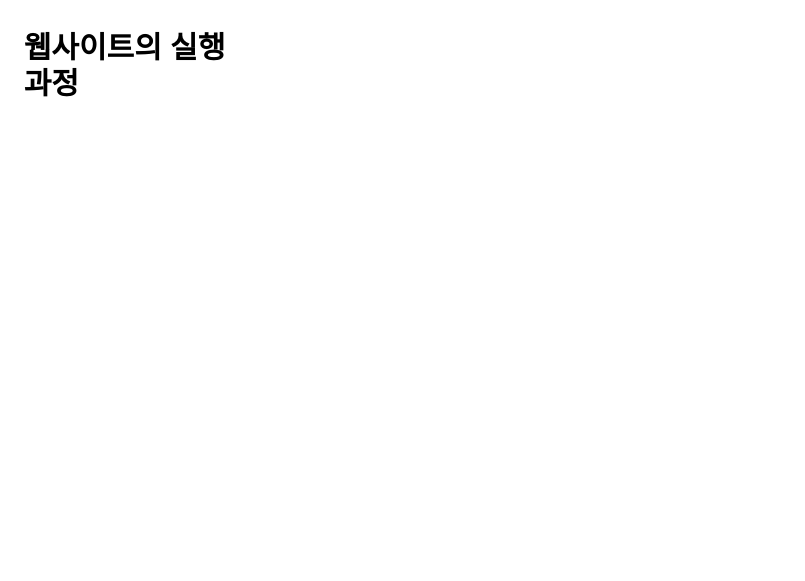
This is 오라클수업/제목 없는 다이어그램.drawio from KYEek/study-repositories, a draw.io file, before an edit. Source tidied: cells renumbered, new cells numbered last; positions are measured from the earlier drawing's top-left corner, leaving out a move shared by most shapes. Both pictures are drawn from the tidied source at 125%, with x=0, y=0 at pixel (21, 21).
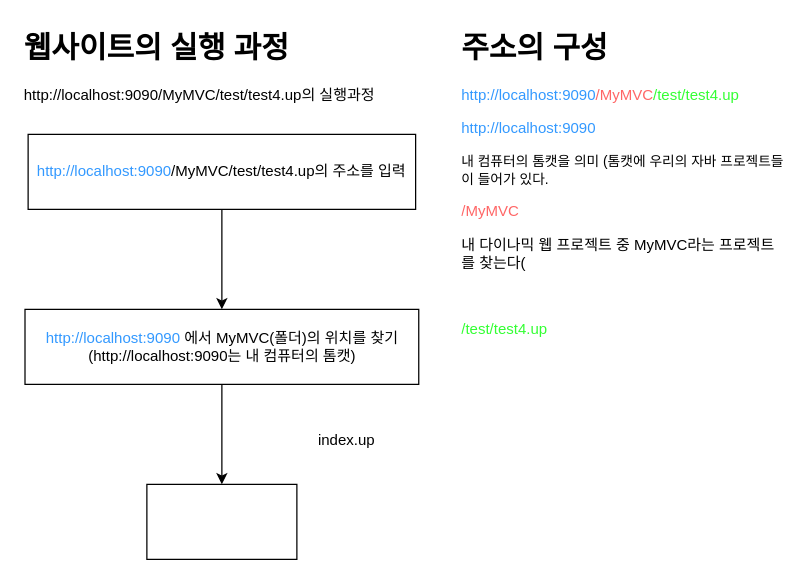
Above is the later version.

Commit message:
제목 없는 다이어그램.drawio 업데이트

Change to the diagram source:
```diff
@@
 <mxGraphModel>
   <root>
     <mxCell id="0" />
     <mxCell id="1" parent="0" />
-    <mxCell id="2" value="&lt;h1 style=&quot;margin-top: 0px;&quot;&gt;웹사이트의 실행 과정&lt;/h1&gt;&lt;p&gt;&lt;br&gt;&lt;/p&gt;" style="text;html=1;whiteSpace=wrap;overflow=hidden;rounded=0;" parent="1" vertex="1">
-      <mxGeometry width="180" height="120" as="geometry" />
+    <mxCell id="2" value="&lt;h1 style=&quot;margin-top: 0px;&quot;&gt;웹사이트의 실행 과정&lt;/h1&gt;&lt;div&gt;http://localhost:9090/MyMVC/test/test4.up의 실행과정&lt;/div&gt;&lt;p&gt;&lt;br&gt;&lt;/p&gt;" style="text;html=1;whiteSpace=wrap;overflow=hidden;rounded=0;" parent="1" vertex="1">
+      <mxGeometry width="420" height="90" as="geometry" />
     </mxCell>
+    <mxCell id="3" style="edgeStyle=orthogonalEdgeStyle;rounded=0;jettySize=auto;html=1;" parent="1" edge="1" source="4" target="6">
+      <mxGeometry relative="1" as="geometry" />
+    </mxCell>
+    <mxCell id="4" value="&lt;span style=&quot;text-align: left;&quot;&gt;&lt;font color=&quot;#3399ff&quot;&gt;http://localhost:9090&lt;/font&gt;/MyMVC&lt;/span&gt;&lt;span style=&quot;text-align: left;&quot;&gt;/test/test4.up&lt;/span&gt;&lt;span style=&quot;text-align: left;&quot;&gt;의 주소를 입력&lt;/span&gt;" style="rounded=0;whiteSpace=wrap;html=1;" parent="1" vertex="1">
+      <mxGeometry x="5" y="90" width="310" height="60" as="geometry" />
+    </mxCell>
+    <mxCell id="5" style="edgeStyle=orthogonalEdgeStyle;rounded=0;jettySize=auto;html=1;" parent="1" edge="1" source="6" target="7">
+      <mxGeometry relative="1" as="geometry" />
+    </mxCell>
+    <mxCell id="6" value="&lt;span style=&quot;text-align: left;&quot;&gt;&lt;font color=&quot;#3399ff&quot;&gt;http://localhost:9090&lt;/font&gt; 에서 MyMVC(폴더)의 위치를 찾기&lt;/span&gt;&lt;div&gt;&lt;span style=&quot;text-align: left;&quot;&gt;(&lt;/span&gt;&lt;span style=&quot;text-align: left; background-color: initial;&quot;&gt;http://localhost:9090는 내 컴퓨터의 톰캣)&lt;/span&gt;&lt;/div&gt;" style="whiteSpace=wrap;html=1;rounded=0;" parent="1" vertex="1">
+      <mxGeometry x="2.5" y="230" width="315" height="60" as="geometry" />
+    </mxCell>
+    <mxCell id="7" style="whiteSpace=wrap;html=1;rounded=0;" parent="1" vertex="1">
+      <mxGeometry x="100" y="370" width="120" height="60" as="geometry" />
+    </mxCell>
+    <mxCell id="8" value="&lt;span style=&quot;text-align: left;&quot;&gt;index.up&lt;/span&gt;" style="text;html=1;align=center;verticalAlign=middle;whiteSpace=wrap;rounded=0;" parent="1" vertex="1">
+      <mxGeometry x="230" y="320" width="60" height="30" as="geometry" />
+    </mxCell>
+    <mxCell id="9" value="&lt;h1 style=&quot;margin-top: 0px;&quot;&gt;주소의 구성&lt;/h1&gt;&lt;p&gt;&lt;font color=&quot;#3399ff&quot;&gt;http://localhost:9090&lt;/font&gt;&lt;font color=&quot;#ff6666&quot;&gt;/MyMVC&lt;/font&gt;&lt;font color=&quot;#33ff33&quot;&gt;/test/test4.up&lt;/font&gt;&lt;/p&gt;&lt;p&gt;&lt;span style=&quot;color: rgb(51, 153, 255);&quot;&gt;http://localhost:9090&lt;/span&gt;&lt;font color=&quot;#33ff33&quot;&gt;&lt;/font&gt;&lt;/p&gt;&lt;p&gt;&lt;font style=&quot;font-size: 11px;&quot;&gt;내 컴퓨터의 톰캣을 의미 (톰캣에 우리의 자바 프로젝트들이 들어가 있다.&lt;/font&gt;&lt;/p&gt;&lt;p&gt;&lt;span style=&quot;color: rgb(255, 102, 102);&quot;&gt;/MyMVC&lt;/span&gt;&lt;span style=&quot;color: rgb(51, 153, 255);&quot;&gt;&lt;/span&gt;&lt;/p&gt;&lt;p&gt;내 다이나믹 웹 프로젝트 중 MyMVC라는 프로젝트를 찾는다(&lt;/p&gt;&lt;p&gt;&lt;span style=&quot;color: rgb(255, 102, 102);&quot;&gt;&lt;br&gt;&lt;/span&gt;&lt;/p&gt;&lt;p&gt;&lt;span style=&quot;color: rgb(51, 255, 51);&quot;&gt;/test/test4.up&lt;/span&gt;&lt;span style=&quot;color: rgb(255, 102, 102);&quot;&gt;&lt;/span&gt;&lt;/p&gt;&lt;p&gt;&lt;br&gt;&lt;/p&gt;&lt;p&gt;&lt;span style=&quot;color: rgb(51, 153, 255);&quot;&gt;&lt;br&gt;&lt;/span&gt;&lt;/p&gt;" style="text;html=1;whiteSpace=wrap;overflow=hidden;rounded=0;" parent="1" vertex="1">
+      <mxGeometry x="350" width="260" height="260" as="geometry" />
+    </mxCell>
   </root>
 </mxGraphModel>
```
